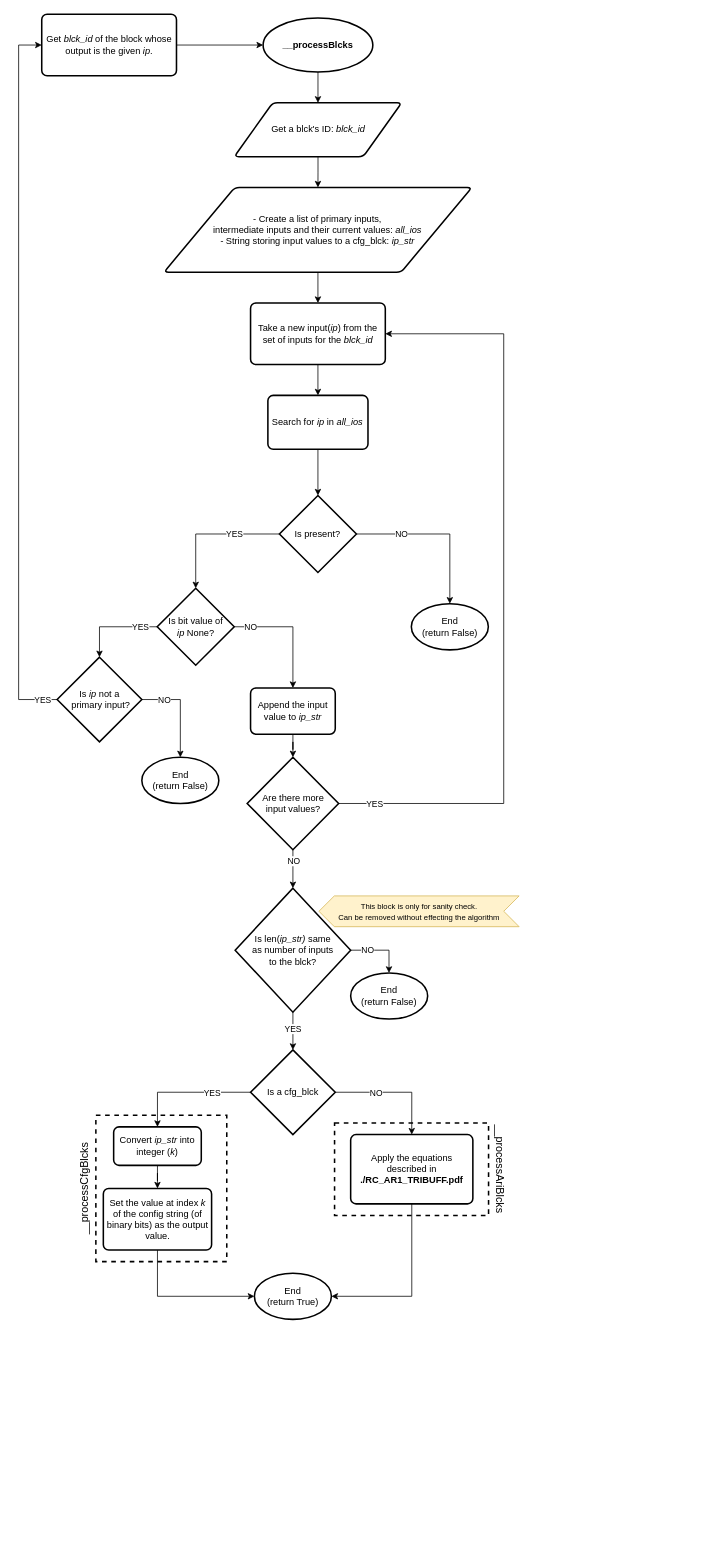
The draw.io diagram multimedia/processBlcks_algo.drawio in Reconfig-Comp/assign_1, before the edit. Source tidied: cells renumbered, new cells numbered last; positions are measured from the earlier drawing's top-left corner, leaving out a move shared by most shapes. Both pictures are drawn from the tidied source at 77%, with x=0, y=0 at pixel (18, 14).
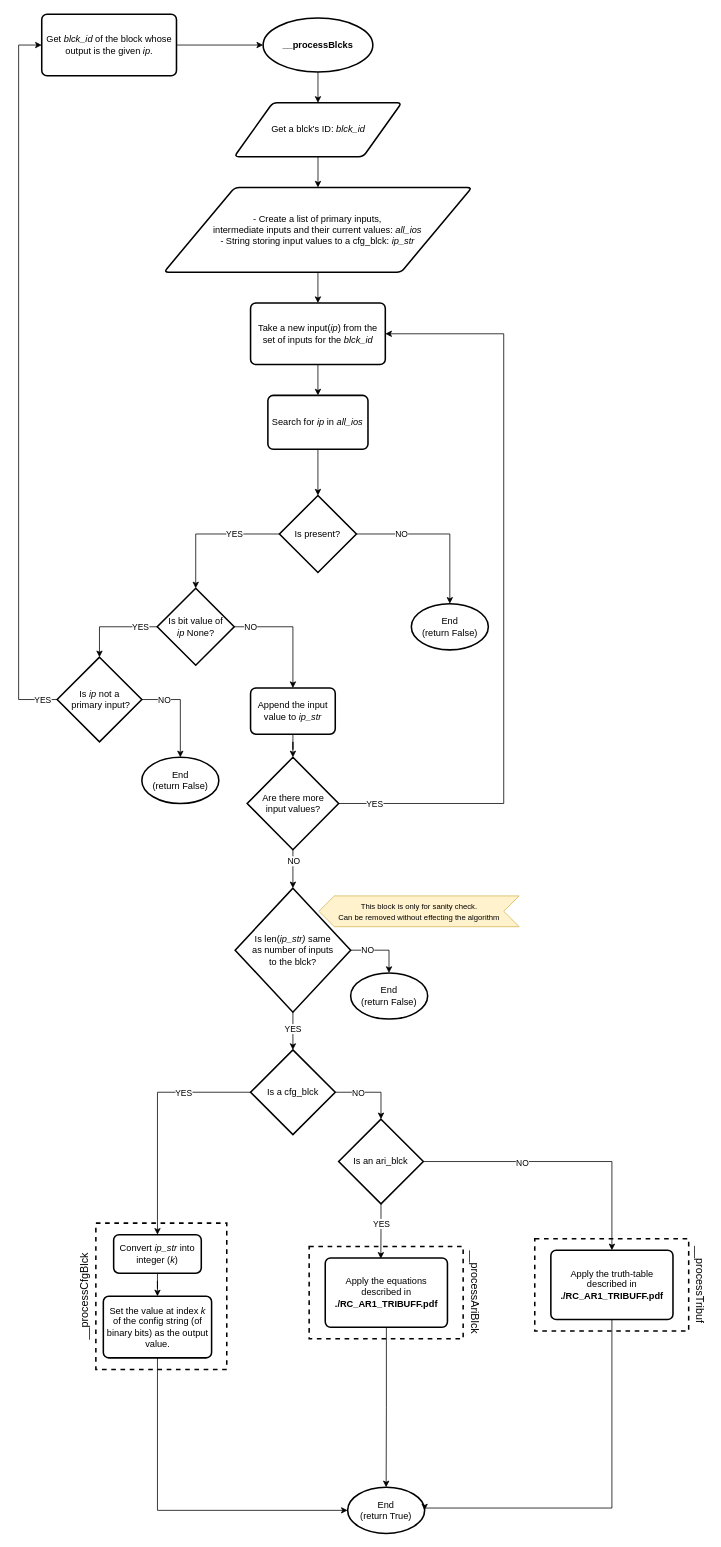
After the change.

Unchanged cells that the change refers to:
```xml
<mxCell id="55" value="Is a cfg_blck" style="strokeWidth=2;html=1;shape=mxgraph.flowchart.decision;whiteSpace=wrap;" parent="1" vertex="1">
  <mxGeometry x="300.9" y="1345" width="110" height="110" as="geometry" />
</mxCell>
```

What changed in the source:
```diff
@@
-    <mxCell id="2" style="rounded=0;whiteSpace=wrap;html=1;fillColor=none;dashed=1;strokeWidth=2;" parent="1" vertex="1">
-      <mxGeometry x="100" y="1430" width="170" height="190" as="geometry" />
-    </mxCell>
@@
-    <mxCell id="42" style="edgeStyle=orthogonalEdgeStyle;rounded=0;jettySize=auto;html=1;" parent="1" edge="1" source="43" target="45">
-      <mxGeometry relative="1" as="geometry" />
-    </mxCell>
-    <mxCell id="43" value="Convert &lt;i&gt;ip_str&lt;/i&gt;&amp;nbsp;into integer (&lt;i&gt;k&lt;/i&gt;)" style="rounded=1;whiteSpace=wrap;html=1;absoluteArcSize=1;arcSize=14;strokeWidth=2;" parent="1" vertex="1">
-      <mxGeometry x="123.1" y="1445" width="113.8" height="50" as="geometry" />
-    </mxCell>
@@
-    <mxCell id="45" value="Set the value at index &lt;i&gt;k&lt;br&gt;&lt;/i&gt;of the config string (of&lt;br&gt;binary bits) as the output value." style="rounded=1;whiteSpace=wrap;html=1;absoluteArcSize=1;arcSize=14;strokeWidth=2;" parent="1" vertex="1">
-      <mxGeometry x="109.7" y="1525" width="140.6" height="80" as="geometry" />
-    </mxCell>
     <mxCell id="46" value="End&lt;br&gt;(return True)" style="strokeWidth=2;html=1;shape=mxgraph.flowchart.start_1;whiteSpace=wrap;" parent="1" vertex="1">
-      <mxGeometry x="305.9" y="1635" width="100" height="60" as="geometry" />
+      <mxGeometry x="427" y="1913" width="100" height="60" as="geometry" />
     </mxCell>
@@
-    <mxCell id="53" style="edgeStyle=orthogonalEdgeStyle;rounded=0;jettySize=auto;html=1;entryX=0.5;entryY=0;entryDx=0;entryDy=0;" parent="1" edge="1" source="55" target="57">
-      <mxGeometry relative="1" as="geometry" />
-    </mxCell>
-    <mxCell id="54" value="NO" style="edgeLabel;html=1;align=center;verticalAlign=middle;" parent="53" vertex="1">
-      <mxGeometry x="-0.15" y="-1" relative="1" as="geometry">
-        <mxPoint x="-13.5" y="-1" as="offset" />
-      </mxGeometry>
-    </mxCell>
+    <mxCell id="61" style="edgeStyle=orthogonalEdgeStyle;rounded=0;jettySize=auto;html=1;entryX=0.5;entryY=0;entryDx=0;entryDy=0;entryPerimeter=0;" parent="1" edge="1" source="55" target="70">
+      <mxGeometry relative="1" as="geometry" />
+    </mxCell>
+    <mxCell id="62" value="NO" style="edgeLabel;html=1;align=center;verticalAlign=middle;" parent="61" vertex="1">
+      <mxGeometry x="0.13" y="4" relative="1" as="geometry">
+        <mxPoint x="-23.5" y="4.2" as="offset" />
+      </mxGeometry>
+    </mxCell>
@@
+    <mxCell id="63" style="group;" parent="1" vertex="1">
+      <mxGeometry x="377" y="1595" width="225.2" height="130.3" as="geometry" />
+    </mxCell>
+    <mxCell id="64" style="rounded=0;whiteSpace=wrap;html=1;fillColor=none;dashed=1;strokeWidth=2;" parent="63" vertex="1">
+      <mxGeometry y="5.2" width="200" height="120" as="geometry" />
+    </mxCell>
+    <mxCell id="57" value="Apply the equations described in &lt;b&gt;./RC_AR1_TRIBUFF.pdf&lt;/b&gt;" style="rounded=1;whiteSpace=wrap;html=1;absoluteArcSize=1;arcSize=14;strokeWidth=2;" parent="63" vertex="1">
+      <mxGeometry x="20.9" y="20.2" width="158.7" height="90" as="geometry" />
+    </mxCell>
+    <mxCell id="65" value="&lt;font style=&quot;font-size: 14px&quot;&gt;__processAriBlck&lt;/font&gt;" style="text;html=1;strokeColor=none;fillColor=none;align=center;verticalAlign=middle;whiteSpace=wrap;rounded=0;dashed=1;rotation=90;" parent="63" vertex="1">
+      <mxGeometry x="150" y="55.2" width="130.3" height="20" as="geometry" />
+    </mxCell>
+    <mxCell id="66" style="edgeStyle=orthogonalEdgeStyle;rounded=0;jettySize=auto;html=1;entryX=0.455;entryY=0.011;entryDx=0;entryDy=0;entryPerimeter=0;" parent="1" edge="1" source="70" target="57">
+      <mxGeometry relative="1" as="geometry" />
+    </mxCell>
+    <mxCell id="67" value="YES" style="edgeLabel;html=1;align=center;verticalAlign=middle;" parent="66" vertex="1">
+      <mxGeometry x="-0.29" relative="1" as="geometry" />
+    </mxCell>
+    <mxCell id="68" style="edgeStyle=orthogonalEdgeStyle;rounded=0;jettySize=auto;html=1;entryX=0.5;entryY=0;entryDx=0;entryDy=0;" parent="1" edge="1" source="70" target="73">
+      <mxGeometry relative="1" as="geometry" />
+    </mxCell>
+    <mxCell id="69" value="NO" style="edgeLabel;html=1;align=center;verticalAlign=middle;" parent="68" vertex="1">
+      <mxGeometry x="-0.29" y="-1" relative="1" as="geometry" />
+    </mxCell>
+    <mxCell id="70" value="Is an ari_blck" style="strokeWidth=2;html=1;shape=mxgraph.flowchart.decision;whiteSpace=wrap;" parent="1" vertex="1">
+      <mxGeometry x="415.3" y="1435" width="110" height="110" as="geometry" />
+    </mxCell>
+    <mxCell id="71" style="group;" parent="1" vertex="1">
+      <mxGeometry x="670" y="1585" width="225" height="130.3" as="geometry" />
+    </mxCell>
+    <mxCell id="72" style="rounded=0;whiteSpace=wrap;html=1;fillColor=none;dashed=1;strokeWidth=2;" parent="71" vertex="1">
+      <mxGeometry y="5.2" width="199.9" height="120" as="geometry" />
+    </mxCell>
+    <mxCell id="73" value="Apply the truth-table described in &lt;b&gt;./RC_AR1_TRIBUFF.pdf&lt;/b&gt;" style="rounded=1;whiteSpace=wrap;html=1;absoluteArcSize=1;arcSize=14;strokeWidth=2;" parent="71" vertex="1">
+      <mxGeometry x="20.9" y="20.2" width="158.6" height="90" as="geometry" />
+    </mxCell>
+    <mxCell id="74" value="&lt;font style=&quot;font-size: 14px&quot;&gt;__processTribuf&lt;/font&gt;" style="text;html=1;strokeColor=none;fillColor=none;align=center;verticalAlign=middle;whiteSpace=wrap;rounded=0;dashed=1;rotation=90;" parent="71" vertex="1">
+      <mxGeometry x="149.9" y="55.2" width="130.2" height="20" as="geometry" />
+    </mxCell>
+    <mxCell id="75" style="group;" parent="1" vertex="1">
+      <mxGeometry x="75.2" y="1570" width="194.8" height="190" as="geometry" />
+    </mxCell>
+    <mxCell id="2" style="rounded=0;whiteSpace=wrap;html=1;fillColor=none;dashed=1;strokeWidth=2;" parent="75" vertex="1">
+      <mxGeometry x="24.8" width="170" height="190" as="geometry" />
+    </mxCell>
+    <mxCell id="43" value="Convert &lt;i&gt;ip_str&lt;/i&gt;&amp;nbsp;into integer (&lt;i&gt;k&lt;/i&gt;)" style="rounded=1;whiteSpace=wrap;html=1;absoluteArcSize=1;arcSize=14;strokeWidth=2;" parent="75" vertex="1">
+      <mxGeometry x="47.9" y="15" width="113.8" height="50" as="geometry" />
+    </mxCell>
+    <mxCell id="45" value="Set the value at index &lt;i&gt;k&lt;br&gt;&lt;/i&gt;of the config string (of&lt;br&gt;binary bits) as the output value." style="rounded=1;whiteSpace=wrap;html=1;absoluteArcSize=1;arcSize=14;strokeWidth=2;" parent="75" vertex="1">
+      <mxGeometry x="34.5" y="95" width="140.6" height="80" as="geometry" />
+    </mxCell>
+    <mxCell id="59" value="&lt;font style=&quot;font-size: 14px&quot;&gt;__processCfgBlck&lt;/font&gt;" style="text;html=1;strokeColor=none;fillColor=none;align=center;verticalAlign=middle;whiteSpace=wrap;rounded=0;dashed=1;rotation=-90;" parent="75" vertex="1">
+      <mxGeometry x="-55.2" y="85" width="130.3" height="20" as="geometry" />
+    </mxCell>
+    <mxCell id="42" style="edgeStyle=orthogonalEdgeStyle;rounded=0;jettySize=auto;html=1;" parent="75" edge="1" source="43" target="45">
+      <mxGeometry relative="1" as="geometry" />
+    </mxCell>
-    <mxCell id="56" style="edgeStyle=orthogonalEdgeStyle;rounded=0;jettySize=auto;html=1;entryX=1;entryY=0.5;entryDx=0;entryDy=0;entryPerimeter=0;" parent="1" edge="1" source="57" target="46">
-      <mxGeometry relative="1" as="geometry">
-        <Array as="points">
-          <mxPoint x="510.7" y="1665" />
-        </Array>
-      </mxGeometry>
+    <mxCell id="56" style="edgeStyle=orthogonalEdgeStyle;rounded=0;jettySize=auto;html=1;" parent="1" edge="1" source="57" target="46">
+      <mxGeometry relative="1" as="geometry" />
     </mxCell>
-    <mxCell id="57" value="Apply the equations described in &lt;b&gt;./RC_AR1_TRIBUFF.pdf&lt;/b&gt;" style="rounded=1;whiteSpace=wrap;html=1;absoluteArcSize=1;arcSize=14;strokeWidth=2;" parent="1" vertex="1">
-      <mxGeometry x="430.9" y="1455" width="158.7" height="90" as="geometry" />
-    </mxCell>
-    <mxCell id="58" style="rounded=0;whiteSpace=wrap;html=1;fillColor=none;dashed=1;strokeWidth=2;" parent="1" vertex="1">
-      <mxGeometry x="410" y="1440" width="200" height="120" as="geometry" />
-    </mxCell>
-    <mxCell id="59" value="&lt;font style=&quot;font-size: 14px&quot;&gt;__processCfgBlcks&lt;/font&gt;" style="text;html=1;strokeColor=none;fillColor=none;align=center;verticalAlign=middle;whiteSpace=wrap;rounded=0;dashed=1;rotation=-90;" parent="1" vertex="1">
-      <mxGeometry x="20" y="1515" width="130.3" height="20" as="geometry" />
-    </mxCell>
-    <mxCell id="60" value="&lt;font style=&quot;font-size: 14px&quot;&gt;__processAriBlcks&lt;/font&gt;" style="text;html=1;strokeColor=none;fillColor=none;align=center;verticalAlign=middle;whiteSpace=wrap;rounded=0;dashed=1;rotation=90;" parent="1" vertex="1">
-      <mxGeometry x="560" y="1490" width="130.3" height="20" as="geometry" />
-    </mxCell>
+    <mxCell id="76" style="edgeStyle=orthogonalEdgeStyle;rounded=0;jettySize=auto;html=1;entryX=1;entryY=0.5;entryDx=0;entryDy=0;entryPerimeter=0;" parent="1" edge="1" source="73" target="46">
+      <mxGeometry relative="1" as="geometry">
+        <Array as="points">
+          <mxPoint x="770" y="1940" />
+        </Array>
+      </mxGeometry>
+    </mxCell>
```
